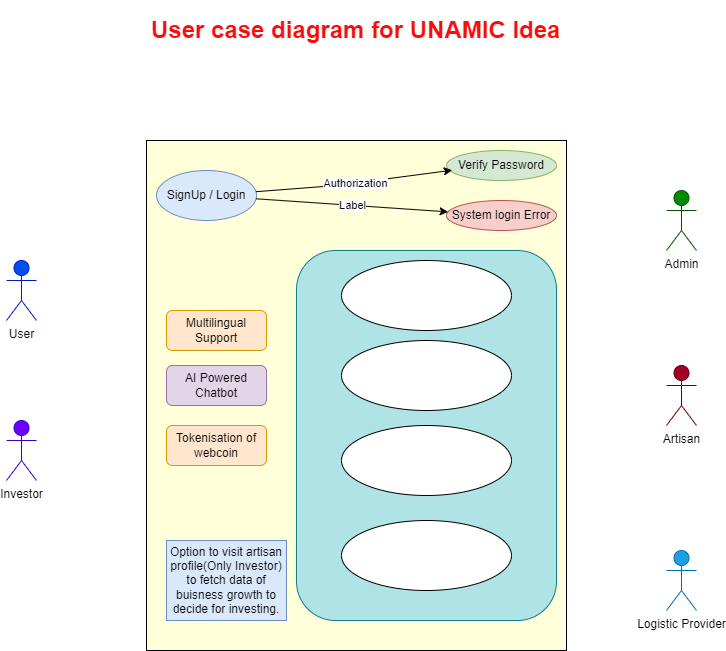
Before: SIH.drawio.png, a diagram exported from draw.io (unsparsh/SIH_2023). Source tidied: cells renumbered, new cells last; positions are measured from the earlier drawing's top-left corner, leaving out a move shared by most shapes.
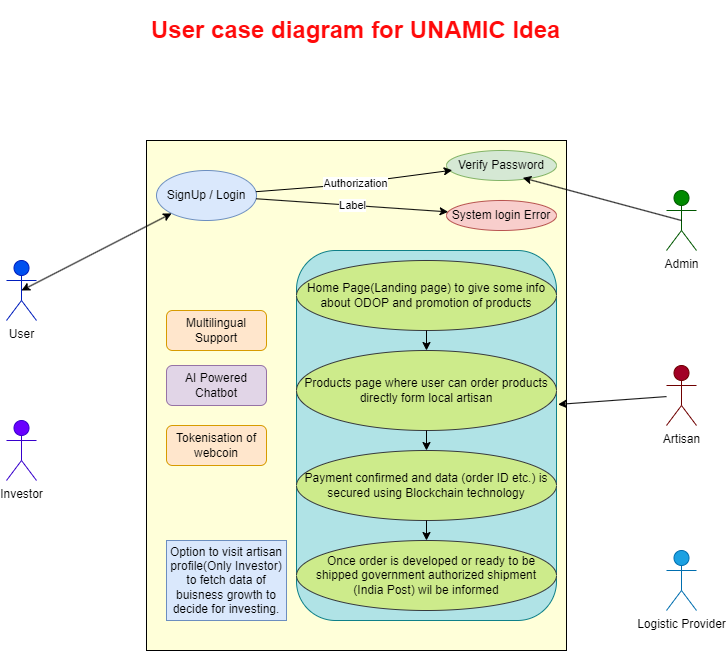
The same diagram one commit later.

The edit, as a diff of the source:
```diff
@@ -63,17 +63,35 @@
     <mxCell id="20" style="rounded=1;whiteSpace=wrap;html=1;fillColor=#b0e3e6;strokeColor=#0e8088;" parent="1" vertex="1">
       <mxGeometry x="290" y="240" width="260" height="370" as="geometry" />
     </mxCell>
-    <mxCell id="21" style="ellipse;whiteSpace=wrap;html=1;" parent="1" vertex="1">
-      <mxGeometry x="335" y="250" width="170" height="70" as="geometry" />
+    <mxCell id="21" value="Home Page(Landing page) to give some info about ODOP and promotion of products" style="ellipse;whiteSpace=wrap;html=1;fillColor=#cdeb8b;strokeColor=#36393d;" parent="1" vertex="1">
+      <mxGeometry x="290" y="250" width="260" height="70" as="geometry" />
     </mxCell>
-    <mxCell id="22" style="ellipse;whiteSpace=wrap;html=1;" parent="1" vertex="1">
-      <mxGeometry x="335" y="330" width="170" height="70" as="geometry" />
+    <mxCell id="22" value="Products page where user can order products directly form local artisan" style="ellipse;whiteSpace=wrap;html=1;fillColor=#cdeb8b;strokeColor=#36393d;" parent="1" vertex="1">
+      <mxGeometry x="290" y="340" width="260" height="80" as="geometry" />
     </mxCell>
-    <mxCell id="23" style="ellipse;whiteSpace=wrap;html=1;" parent="1" vertex="1">
-      <mxGeometry x="335" y="415" width="170" height="70" as="geometry" />
+    <mxCell id="23" value="Payment confirmed and data (order ID etc.) is secured using Blockchain technology" style="ellipse;whiteSpace=wrap;html=1;fillColor=#cdeb8b;strokeColor=#36393d;" parent="1" vertex="1">
+      <mxGeometry x="290" y="440" width="260" height="70" as="geometry" />
     </mxCell>
-    <mxCell id="24" style="ellipse;whiteSpace=wrap;html=1;" parent="1" vertex="1">
-      <mxGeometry x="335" y="510" width="170" height="70" as="geometry" />
+    <mxCell id="24" value="&amp;nbsp; &amp;nbsp;Once order is developed or ready to be shipped government authorized shipment &lt;br&gt;(India Post) wil be informed" style="ellipse;whiteSpace=wrap;html=1;fillColor=#cdeb8b;strokeColor=#36393d;" parent="1" vertex="1">
+      <mxGeometry x="290" y="530" width="260" height="70" as="geometry" />
     </mxCell>
+    <mxCell id="25" style="endArrow=classic;startArrow=classic;html=1;rounded=0;exitX=0.5;exitY=0.5;exitDx=0;exitDy=0;exitPerimeter=0;" parent="1" edge="1" source="5" target="4">
+      <mxGeometry relative="1" as="geometry" />
+    </mxCell>
+    <mxCell id="26" style="endArrow=classic;html=1;rounded=0;entryX=0.694;entryY=0.911;entryDx=0;entryDy=0;entryPerimeter=0;exitX=0.5;exitY=0.5;exitDx=0;exitDy=0;exitPerimeter=0;" parent="1" edge="1" source="6" target="9">
+      <mxGeometry relative="1" as="geometry" />
+    </mxCell>
+    <mxCell id="27" style="endArrow=classic;html=1;rounded=0;entryX=1.006;entryY=0.416;entryDx=0;entryDy=0;entryPerimeter=0;" parent="1" edge="1" source="7" target="20">
+      <mxGeometry relative="1" as="geometry" />
+    </mxCell>
+    <mxCell id="28" style="endArrow=classic;html=1;rounded=0;" parent="1" edge="1" source="22" target="23">
+      <mxGeometry relative="1" as="geometry" />
+    </mxCell>
+    <mxCell id="29" style="endArrow=classic;html=1;rounded=0;" parent="1" edge="1" source="23" target="24">
+      <mxGeometry relative="1" as="geometry" />
+    </mxCell>
+    <mxCell id="30" style="endArrow=classic;html=1;rounded=0;" parent="1" edge="1" source="21" target="22">
+      <mxGeometry relative="1" as="geometry" />
+    </mxCell>
   </root>
 </mxGraphModel>
```
